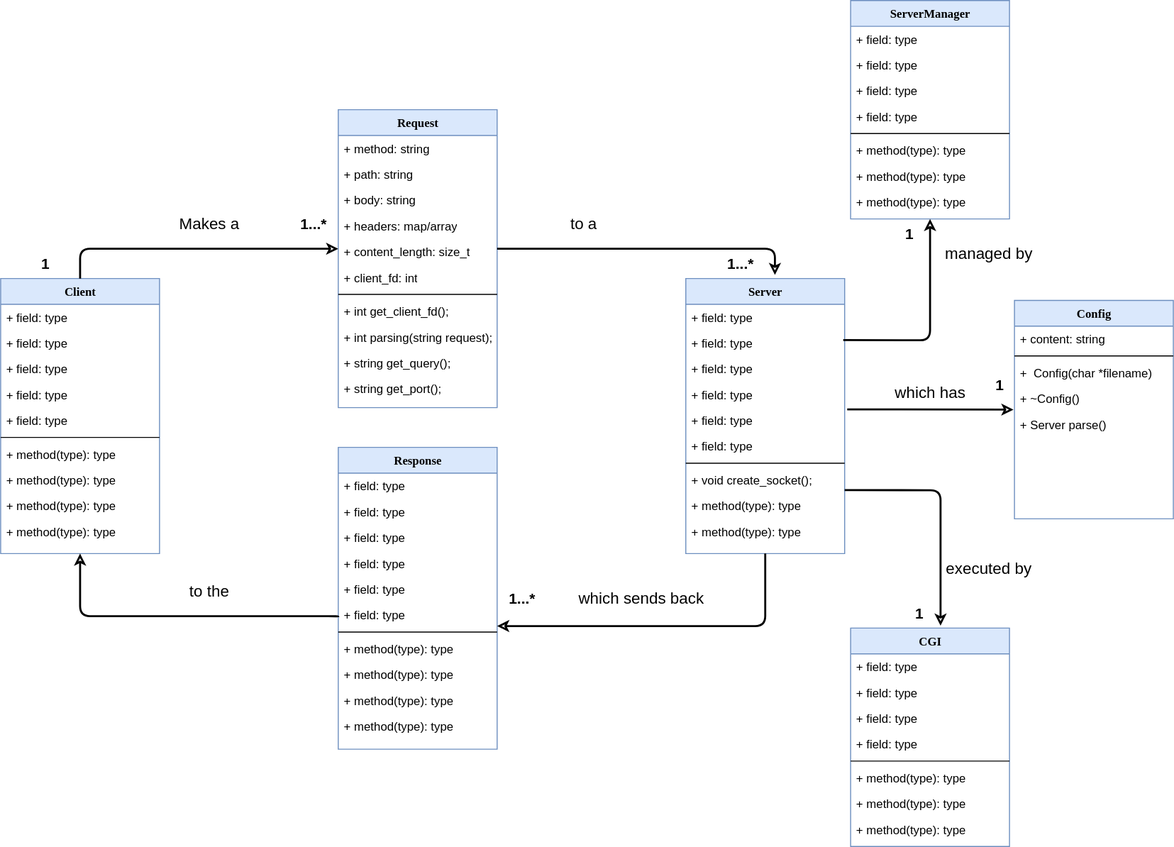
Earlier version of the draw.io export uml/class_diagram.svg (iker-gonzalez/webserv). Source tidied: cells renumbered, new cells last; positions are measured from the earlier drawing's top-left corner, leaving out a move shared by most shapes.
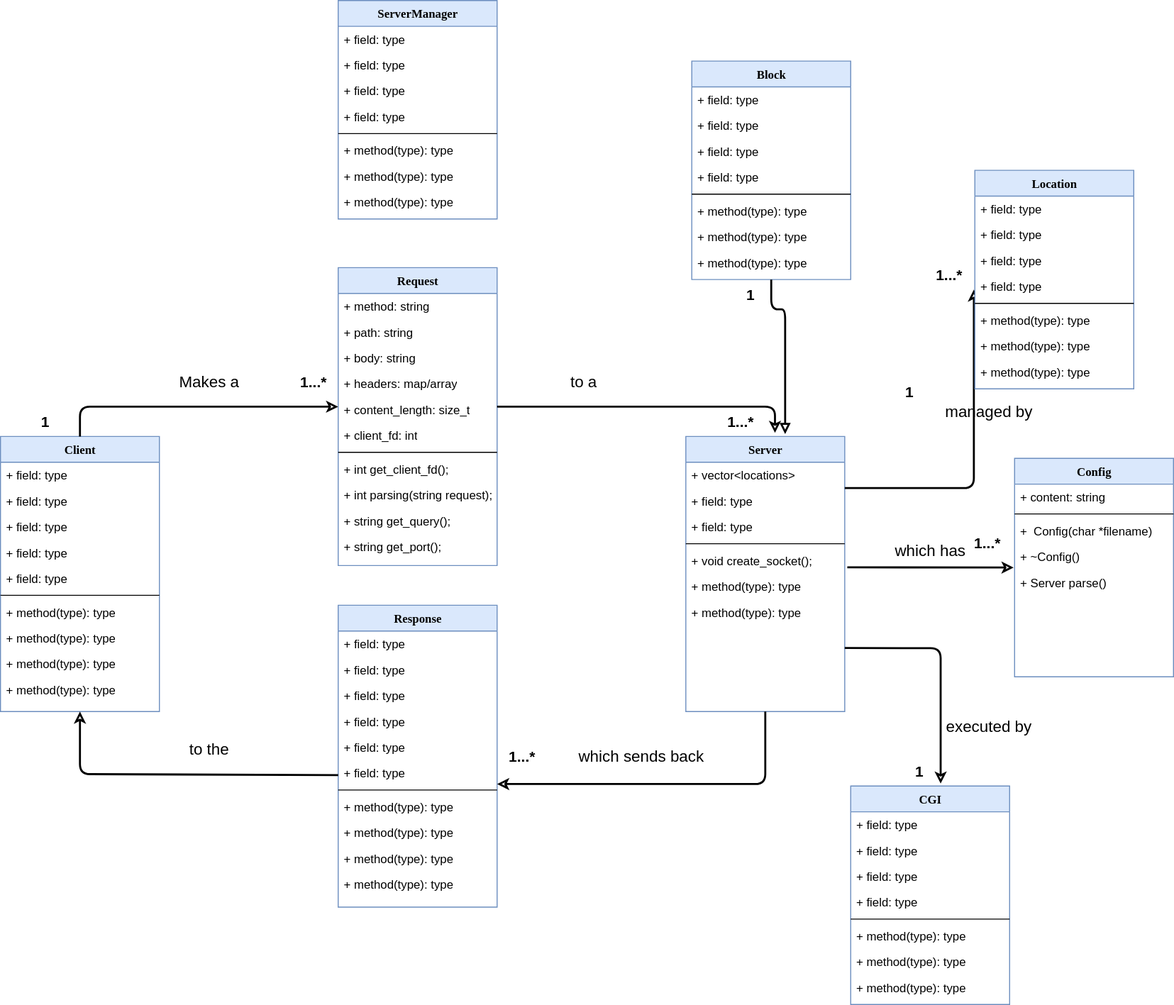
After the change.

Diff of the diagram source:
```diff
@@ -38,7 +38,7 @@
     <mxCell id="13" value="Server" style="swimlane;html=1;fontStyle=1;align=center;verticalAlign=top;horizontal=1;startSize=26;swimlaneFillColor=#ffffff;rounded=0;shadow=0;comic=0;labelBackgroundColor=none;strokeWidth=1;fillColor=#dae8fc;fontFamily=Verdana;fontSize=12;strokeColor=#6c8ebf;" parent="1" vertex="1">
       <mxGeometry x="690" y="280" width="160" height="277" as="geometry" />
     </mxCell>
-    <mxCell id="14" value="+ field: type" style="text;html=1;strokeColor=none;fillColor=none;align=left;verticalAlign=top;spacingLeft=4;spacingRight=4;whiteSpace=wrap;overflow=hidden;" parent="13" vertex="1">
+    <mxCell id="14" value="+ vector&amp;lt;locations&amp;gt;" style="text;html=1;strokeColor=none;fillColor=none;align=left;verticalAlign=top;spacingLeft=4;spacingRight=4;whiteSpace=wrap;overflow=hidden;" parent="13" vertex="1">
       <mxGeometry y="26" width="160" height="26" as="geometry" />
     </mxCell>
     <mxCell id="15" value="+ field: type" style="text;html=1;strokeColor=none;fillColor=none;align=left;verticalAlign=top;spacingLeft=4;spacingRight=4;whiteSpace=wrap;overflow=hidden;" parent="13" vertex="1">
@@ -47,26 +47,17 @@
     <mxCell id="16" value="+ field: type" style="text;html=1;strokeColor=none;fillColor=none;align=left;verticalAlign=top;spacingLeft=4;spacingRight=4;whiteSpace=wrap;overflow=hidden;" parent="13" vertex="1">
       <mxGeometry y="78" width="160" height="26" as="geometry" />
     </mxCell>
-    <mxCell id="17" value="+ field: type" style="text;html=1;strokeColor=none;fillColor=none;align=left;verticalAlign=top;spacingLeft=4;spacingRight=4;whiteSpace=wrap;overflow=hidden;" parent="13" vertex="1">
-      <mxGeometry y="104" width="160" height="26" as="geometry" />
-    </mxCell>
-    <mxCell id="18" value="+ field: type" style="text;html=1;strokeColor=none;fillColor=none;align=left;verticalAlign=top;spacingLeft=4;spacingRight=4;whiteSpace=wrap;overflow=hidden;points=[[0,0.5],[1,0.5]];portConstraint=eastwest;" parent="13" vertex="1">
-      <mxGeometry y="130" width="160" height="26" as="geometry" />
-    </mxCell>
-    <mxCell id="19" value="+ field: type" style="text;html=1;strokeColor=none;fillColor=none;align=left;verticalAlign=top;spacingLeft=4;spacingRight=4;whiteSpace=wrap;overflow=hidden;" parent="13" vertex="1">
-      <mxGeometry y="156" width="160" height="26" as="geometry" />
-    </mxCell>
     <mxCell id="20" style="line;html=1;strokeWidth=1;fillColor=none;align=left;verticalAlign=middle;spacingTop=-1;spacingLeft=3;spacingRight=3;labelPosition=right;" parent="13" vertex="1">
-      <mxGeometry y="182" width="160" height="8" as="geometry" />
+      <mxGeometry y="104" width="160" height="8" as="geometry" />
     </mxCell>
     <mxCell id="21" value="+ void create_socket();" style="text;html=1;strokeColor=none;fillColor=none;align=left;verticalAlign=top;spacingLeft=4;spacingRight=4;whiteSpace=wrap;overflow=hidden;" parent="13" vertex="1">
-      <mxGeometry y="190" width="160" height="26" as="geometry" />
+      <mxGeometry y="112" width="160" height="26" as="geometry" />
     </mxCell>
     <mxCell id="22" value="+ method(type): type" style="text;html=1;strokeColor=none;fillColor=none;align=left;verticalAlign=top;spacingLeft=4;spacingRight=4;whiteSpace=wrap;overflow=hidden;" parent="13" vertex="1">
-      <mxGeometry y="216" width="160" height="26" as="geometry" />
+      <mxGeometry y="138" width="160" height="26" as="geometry" />
     </mxCell>
     <mxCell id="23" value="+ method(type): type" style="text;html=1;strokeColor=none;fillColor=none;align=left;verticalAlign=top;spacingLeft=4;spacingRight=4;whiteSpace=wrap;overflow=hidden;" parent="13" vertex="1">
-      <mxGeometry y="242" width="160" height="26" as="geometry" />
+      <mxGeometry y="164" width="160" height="26" as="geometry" />
     </mxCell>
     <mxCell id="24" value="Request" style="swimlane;html=1;fontStyle=1;align=center;verticalAlign=top;horizontal=1;startSize=26;swimlaneFillColor=#ffffff;rounded=0;shadow=0;comic=0;labelBackgroundColor=none;strokeWidth=1;fillColor=#dae8fc;fontFamily=Verdana;fontSize=12;strokeColor=#6c8ebf;" parent="1" vertex="1">
       <mxGeometry x="340" y="110" width="160" height="300" as="geometry" />
@@ -246,8 +237,9 @@
     <mxCell id="74" value="&lt;font style=&quot;font-size: 16px;&quot;&gt;to the&lt;/font&gt;" style="text;html=1;align=center;verticalAlign=middle;fillColor=none;strokeColor=none;rounded=0;strokeWidth=1;" parent="1" vertex="1">
       <mxGeometry x="180" y="580" width="60" height="30" as="geometry" />
     </mxCell>
-    <mxCell id="75" style="edgeStyle=elbowEdgeStyle;html=1;labelBackgroundColor=none;startFill=0;endArrow=classic;endFill=0;fontFamily=Verdana;fontSize=12;elbow=vertical;strokeWidth=2;exitX=1.016;exitY=0.068;exitDx=0;exitDy=0;exitPerimeter=0;" parent="1" edge="1" source="18">
+    <mxCell id="75" style="edgeStyle=elbowEdgeStyle;html=1;labelBackgroundColor=none;startFill=0;endArrow=classic;endFill=0;fontFamily=Verdana;fontSize=12;elbow=vertical;strokeWidth=2;exitX=1.016;exitY=0.068;exitDx=0;exitDy=0;exitPerimeter=0;" parent="1" edge="1">
       <mxGeometry relative="1" as="geometry">
+        <mxPoint x="852.6" y="411.8" as="sourcePoint" />
         <mxPoint x="1020" y="412" as="targetPoint" />
         <Array as="points">
           <mxPoint x="940" y="412" />
@@ -261,11 +253,11 @@
     <mxCell id="76" value="&lt;font style=&quot;font-size: 16px;&quot;&gt;which has&lt;/font&gt;" style="text;html=1;align=center;verticalAlign=middle;fillColor=none;strokeColor=none;rounded=0;strokeWidth=1;" parent="1" vertex="1">
       <mxGeometry x="891" y="380" width="90" height="30" as="geometry" />
     </mxCell>
-    <mxCell id="77" value="&lt;font style=&quot;font-size: 15px;&quot;&gt;&lt;b&gt;1&lt;/b&gt;&lt;/font&gt;" style="text;html=1;align=center;verticalAlign=middle;fillColor=none;strokeColor=none;rounded=0;strokeWidth=1;" parent="1" vertex="1">
-      <mxGeometry x="991" y="372" width="30" height="30" as="geometry" />
+    <mxCell id="77" value="&lt;font style=&quot;font-size: 15px;&quot;&gt;&lt;b&gt;1...*&amp;nbsp; &amp;nbsp; &amp;nbsp;&amp;nbsp;&lt;/b&gt;&lt;/font&gt;" style="text;html=1;align=center;verticalAlign=middle;fillColor=none;strokeColor=none;rounded=0;strokeWidth=1;" parent="1" vertex="1">
+      <mxGeometry x="966" y="372" width="80" height="30" as="geometry" />
     </mxCell>
     <mxCell id="78" value="ServerManager" style="swimlane;html=1;fontStyle=1;align=center;verticalAlign=top;horizontal=1;startSize=26;swimlaneFillColor=#ffffff;rounded=0;shadow=0;comic=0;labelBackgroundColor=none;strokeWidth=1;fillColor=#dae8fc;fontFamily=Verdana;fontSize=12;strokeColor=#6c8ebf;" parent="1" vertex="1">
-      <mxGeometry x="856" width="160" height="220" as="geometry" />
+      <mxGeometry x="340" y="-159" width="160" height="220" as="geometry" />
     </mxCell>
     <mxCell id="79" value="+ field: type" style="text;html=1;strokeColor=none;fillColor=none;align=left;verticalAlign=top;spacingLeft=4;spacingRight=4;whiteSpace=wrap;overflow=hidden;" parent="78" vertex="1">
       <mxGeometry y="26" width="160" height="26" as="geometry" />
@@ -291,10 +283,13 @@
     <mxCell id="86" value="+ method(type): type" style="text;html=1;strokeColor=none;fillColor=none;align=left;verticalAlign=top;spacingLeft=4;spacingRight=4;whiteSpace=wrap;overflow=hidden;" parent="78" vertex="1">
       <mxGeometry y="190" width="160" height="26" as="geometry" />
     </mxCell>
-    <mxCell id="87" style="edgeStyle=elbowEdgeStyle;html=1;labelBackgroundColor=none;startFill=0;endArrow=classic;endFill=0;fontFamily=Verdana;fontSize=12;elbow=vertical;strokeWidth=2;exitX=1.016;exitY=0.068;exitDx=0;exitDy=0;exitPerimeter=0;entryX=0.5;entryY=1;entryDx=0;entryDy=0;" parent="1" edge="1" target="78">
+    <mxCell id="87" style="edgeStyle=elbowEdgeStyle;html=1;labelBackgroundColor=none;startFill=0;endArrow=classic;endFill=0;fontFamily=Verdana;fontSize=12;elbow=vertical;strokeWidth=2;" parent="1" edge="1">
       <mxGeometry relative="1" as="geometry">
-        <mxPoint x="848.6" y="342" as="sourcePoint" />
+        <mxPoint x="850" y="332" as="sourcePoint" />
+        <mxPoint x="980" y="132" as="targetPoint" />
         <Array as="points">
+          <mxPoint x="870" y="332" />
+          <mxPoint x="900" y="132" />
           <mxPoint x="936" y="342.2" />
           <mxPoint x="611" y="360.2" />
           <mxPoint x="608" y="360.2" />
@@ -327,5 +322,78 @@
     <mxCell id="92" value="&lt;font style=&quot;font-size: 16px;&quot;&gt;executed by&lt;/font&gt;" style="text;html=1;align=center;verticalAlign=middle;fillColor=none;strokeColor=none;rounded=0;strokeWidth=1;" parent="1" vertex="1">
       <mxGeometry x="940" y="557" width="110" height="30" as="geometry" />
     </mxCell>
+    <mxCell id="93" value="Location" style="swimlane;html=1;fontStyle=1;align=center;verticalAlign=top;horizontal=1;startSize=26;swimlaneFillColor=#ffffff;rounded=0;shadow=0;comic=0;labelBackgroundColor=none;strokeWidth=1;fillColor=#dae8fc;fontFamily=Verdana;fontSize=12;strokeColor=#6c8ebf;" parent="1" vertex="1">
+      <mxGeometry x="981" y="12" width="160" height="220" as="geometry" />
+    </mxCell>
+    <mxCell id="94" value="+ field: type" style="text;html=1;strokeColor=none;fillColor=none;align=left;verticalAlign=top;spacingLeft=4;spacingRight=4;whiteSpace=wrap;overflow=hidden;" parent="93" vertex="1">
+      <mxGeometry y="26" width="160" height="26" as="geometry" />
+    </mxCell>
+    <mxCell id="95" value="+ field: type" style="text;html=1;strokeColor=none;fillColor=none;align=left;verticalAlign=top;spacingLeft=4;spacingRight=4;whiteSpace=wrap;overflow=hidden;" parent="93" vertex="1">
+      <mxGeometry y="52" width="160" height="26" as="geometry" />
+    </mxCell>
+    <mxCell id="96" value="+ field: type" style="text;html=1;strokeColor=none;fillColor=none;align=left;verticalAlign=top;spacingLeft=4;spacingRight=4;whiteSpace=wrap;overflow=hidden;" parent="93" vertex="1">
+      <mxGeometry y="78" width="160" height="26" as="geometry" />
+    </mxCell>
+    <mxCell id="97" value="+ field: type" style="text;html=1;strokeColor=none;fillColor=none;align=left;verticalAlign=top;spacingLeft=4;spacingRight=4;whiteSpace=wrap;overflow=hidden;" parent="93" vertex="1">
+      <mxGeometry y="104" width="160" height="26" as="geometry" />
+    </mxCell>
+    <mxCell id="98" style="line;html=1;strokeWidth=1;fillColor=none;align=left;verticalAlign=middle;spacingTop=-1;spacingLeft=3;spacingRight=3;labelPosition=right;" parent="93" vertex="1">
+      <mxGeometry y="130" width="160" height="8" as="geometry" />
+    </mxCell>
+    <mxCell id="99" value="+ method(type): type" style="text;html=1;strokeColor=none;fillColor=none;align=left;verticalAlign=top;spacingLeft=4;spacingRight=4;whiteSpace=wrap;overflow=hidden;" parent="93" vertex="1">
+      <mxGeometry y="138" width="160" height="26" as="geometry" />
+    </mxCell>
+    <mxCell id="100" value="+ method(type): type" style="text;html=1;strokeColor=none;fillColor=none;align=left;verticalAlign=top;spacingLeft=4;spacingRight=4;whiteSpace=wrap;overflow=hidden;" parent="93" vertex="1">
+      <mxGeometry y="164" width="160" height="26" as="geometry" />
+    </mxCell>
+    <mxCell id="101" value="+ method(type): type" style="text;html=1;strokeColor=none;fillColor=none;align=left;verticalAlign=top;spacingLeft=4;spacingRight=4;whiteSpace=wrap;overflow=hidden;" parent="93" vertex="1">
+      <mxGeometry y="190" width="160" height="26" as="geometry" />
+    </mxCell>
+    <mxCell id="102" value="&lt;font style=&quot;font-size: 15px;&quot;&gt;&lt;b&gt;1...*&lt;/b&gt;&lt;/font&gt;" style="text;html=1;align=center;verticalAlign=middle;fillColor=none;strokeColor=none;rounded=0;strokeWidth=1;" parent="1" vertex="1">
+      <mxGeometry x="930" y="102" width="50" height="30" as="geometry" />
+    </mxCell>
+    <mxCell id="103" value="Block" style="swimlane;html=1;fontStyle=1;align=center;verticalAlign=top;horizontal=1;startSize=26;swimlaneFillColor=#ffffff;rounded=0;shadow=0;comic=0;labelBackgroundColor=none;strokeWidth=1;fillColor=#dae8fc;fontFamily=Verdana;fontSize=12;strokeColor=#6c8ebf;" parent="1" vertex="1">
+      <mxGeometry x="696" y="-98" width="160" height="220" as="geometry" />
+    </mxCell>
+    <mxCell id="104" value="+ field: type" style="text;html=1;strokeColor=none;fillColor=none;align=left;verticalAlign=top;spacingLeft=4;spacingRight=4;whiteSpace=wrap;overflow=hidden;" parent="103" vertex="1">
+      <mxGeometry y="26" width="160" height="26" as="geometry" />
+    </mxCell>
+    <mxCell id="105" value="+ field: type" style="text;html=1;strokeColor=none;fillColor=none;align=left;verticalAlign=top;spacingLeft=4;spacingRight=4;whiteSpace=wrap;overflow=hidden;" parent="103" vertex="1">
+      <mxGeometry y="52" width="160" height="26" as="geometry" />
+    </mxCell>
+    <mxCell id="106" value="+ field: type" style="text;html=1;strokeColor=none;fillColor=none;align=left;verticalAlign=top;spacingLeft=4;spacingRight=4;whiteSpace=wrap;overflow=hidden;" parent="103" vertex="1">
+      <mxGeometry y="78" width="160" height="26" as="geometry" />
+    </mxCell>
+    <mxCell id="107" value="+ field: type" style="text;html=1;strokeColor=none;fillColor=none;align=left;verticalAlign=top;spacingLeft=4;spacingRight=4;whiteSpace=wrap;overflow=hidden;" parent="103" vertex="1">
+      <mxGeometry y="104" width="160" height="26" as="geometry" />
+    </mxCell>
+    <mxCell id="108" style="line;html=1;strokeWidth=1;fillColor=none;align=left;verticalAlign=middle;spacingTop=-1;spacingLeft=3;spacingRight=3;labelPosition=right;" parent="103" vertex="1">
+      <mxGeometry y="130" width="160" height="8" as="geometry" />
+    </mxCell>
+    <mxCell id="109" value="+ method(type): type" style="text;html=1;strokeColor=none;fillColor=none;align=left;verticalAlign=top;spacingLeft=4;spacingRight=4;whiteSpace=wrap;overflow=hidden;" parent="103" vertex="1">
+      <mxGeometry y="138" width="160" height="26" as="geometry" />
+    </mxCell>
+    <mxCell id="110" value="+ method(type): type" style="text;html=1;strokeColor=none;fillColor=none;align=left;verticalAlign=top;spacingLeft=4;spacingRight=4;whiteSpace=wrap;overflow=hidden;" parent="103" vertex="1">
+      <mxGeometry y="164" width="160" height="26" as="geometry" />
+    </mxCell>
+    <mxCell id="111" value="+ method(type): type" style="text;html=1;strokeColor=none;fillColor=none;align=left;verticalAlign=top;spacingLeft=4;spacingRight=4;whiteSpace=wrap;overflow=hidden;" parent="103" vertex="1">
+      <mxGeometry y="190" width="160" height="26" as="geometry" />
+    </mxCell>
+    <mxCell id="112" style="edgeStyle=elbowEdgeStyle;html=1;labelBackgroundColor=none;startFill=0;endArrow=block;endFill=0;fontFamily=Verdana;fontSize=12;elbow=vertical;strokeWidth=2;exitX=0.5;exitY=1;exitDx=0;exitDy=0;jumpStyle=gap;entryX=0.625;entryY=-0.009;entryDx=0;entryDy=0;entryPerimeter=0;" parent="1" edge="1" source="103" target="13">
+      <mxGeometry relative="1" as="geometry">
+        <Array as="points">
+          <mxPoint x="725" y="152" />
+          <mxPoint x="755" y="-48" />
+          <mxPoint x="791" y="162.2" />
+          <mxPoint x="466" y="180.2" />
+          <mxPoint x="463" y="180.2" />
+          <mxPoint x="703" y="180.2" />
+          <mxPoint x="863" y="-22.8" />
+        </Array>
+      </mxGeometry>
+    </mxCell>
+    <mxCell id="113" value="&lt;font style=&quot;font-size: 15px;&quot;&gt;&lt;b&gt;1&lt;/b&gt;&lt;/font&gt;" style="text;html=1;align=center;verticalAlign=middle;fillColor=none;strokeColor=none;rounded=0;strokeWidth=1;" parent="1" vertex="1">
+      <mxGeometry x="740" y="122" width="30" height="30" as="geometry" />
+    </mxCell>
   </root>
 </mxGraphModel>
```
